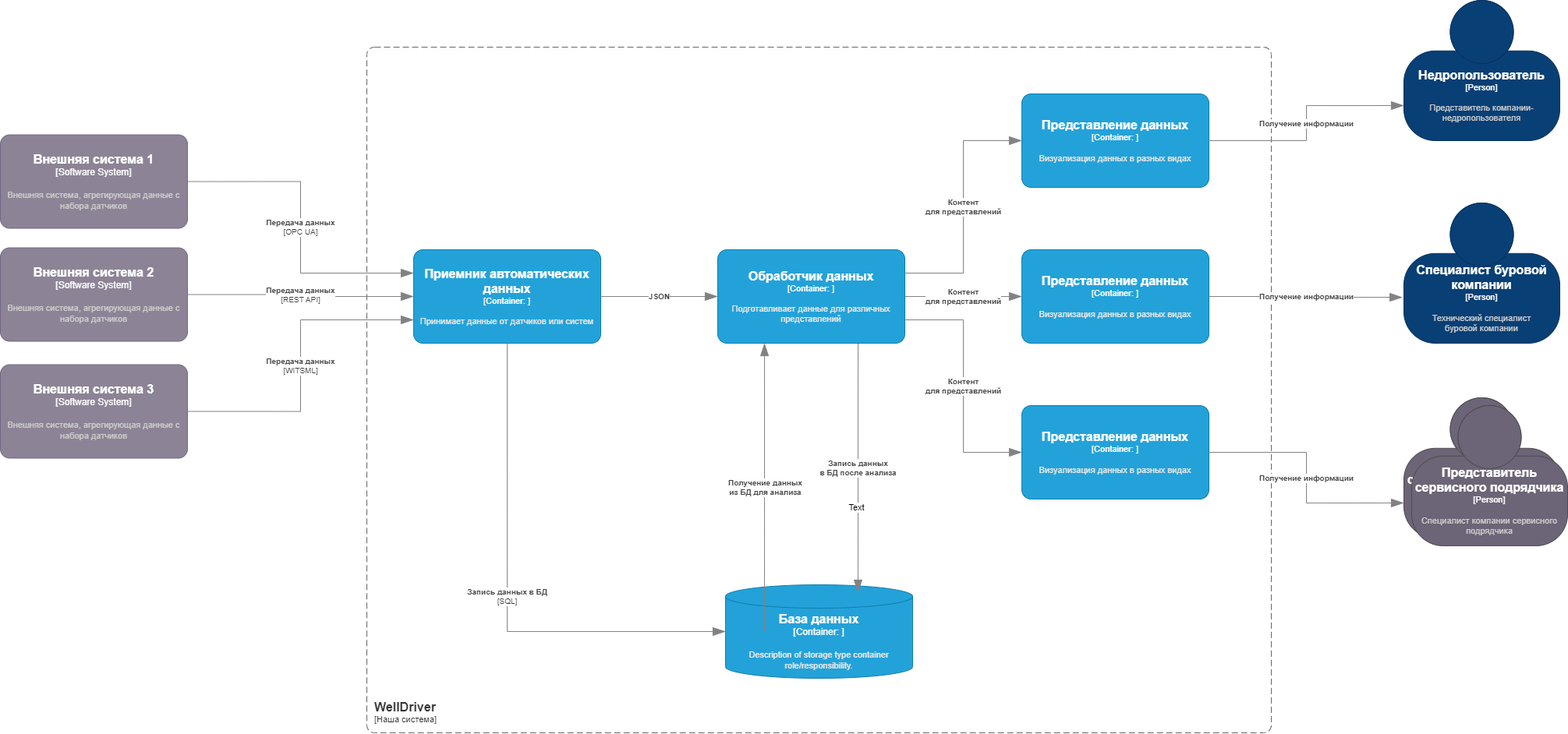
Before: WellDriver_data/model_1.png, a diagram exported from draw.io (szurs2006/otus). Source tidied: cells renumbered, new cells last; positions are measured from the earlier drawing's top-left corner, leaving out a move shared by most shapes.
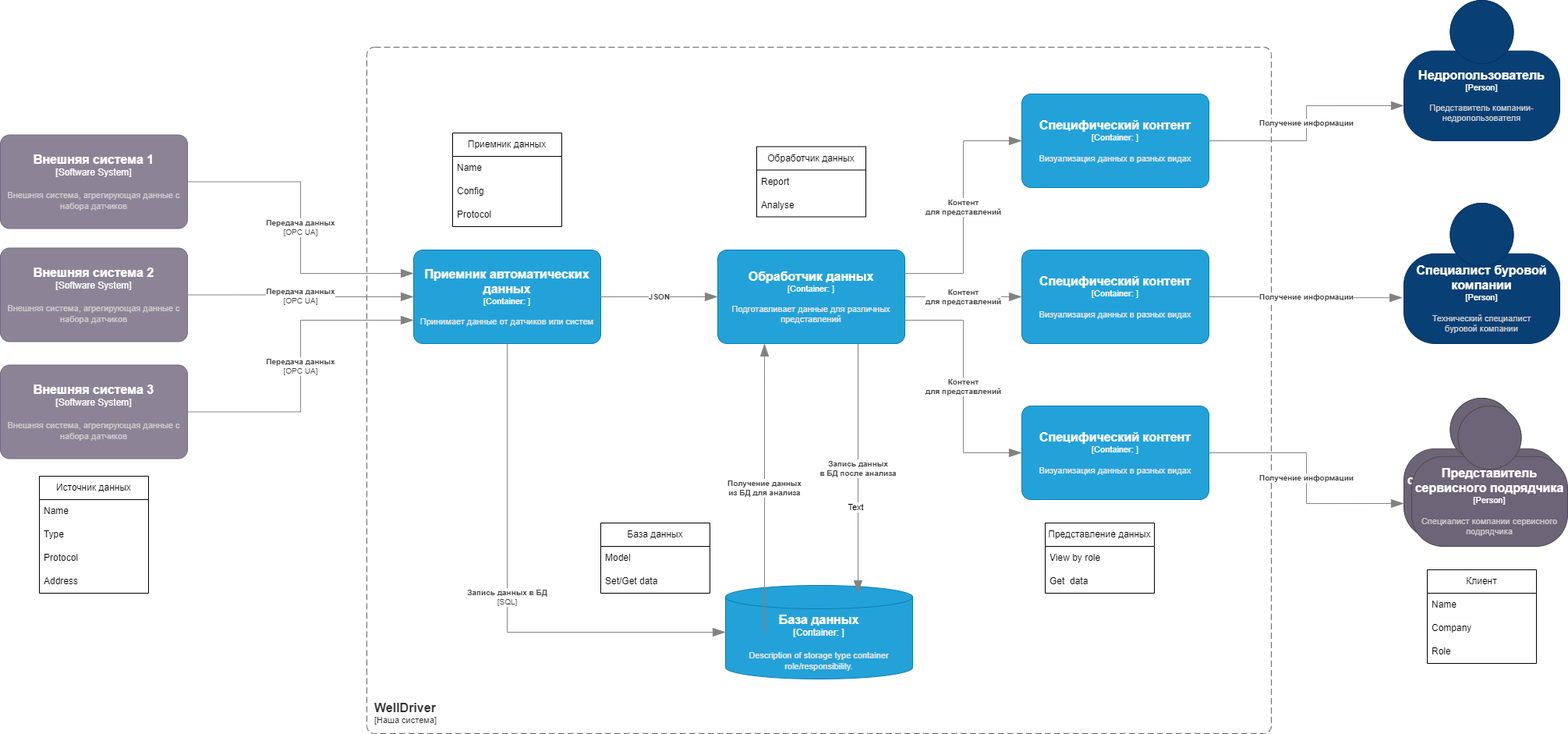
Above is the later version.

Change to the diagram source:
```diff
@@ -47,7 +47,7 @@
         <mxGeometry x="1810" y="520" width="200" height="180" as="geometry" />
       </mxCell>
     </object>
-    <object id="11" label="&lt;font style=&quot;font-size: 16px&quot;&gt;&lt;b&gt;%c4Name%&lt;/b&gt;&lt;/font&gt;&lt;div&gt;[%c4Type%: %c4Technology%]&lt;/div&gt;&lt;br&gt;&lt;div&gt;&lt;font style=&quot;font-size: 11px&quot;&gt;&lt;font color=&quot;#E6E6E6&quot;&gt;%c4Description%&lt;/font&gt;&lt;/div&gt;" c4Description="Визуализация данных в разных видах" c4Name="Представление данных" c4Technology="" c4Type="Container" placeholders="1">
+    <object id="11" label="&lt;font style=&quot;font-size: 16px&quot;&gt;&lt;b&gt;%c4Name%&lt;/b&gt;&lt;/font&gt;&lt;div&gt;[%c4Type%: %c4Technology%]&lt;/div&gt;&lt;br&gt;&lt;div&gt;&lt;font style=&quot;font-size: 11px&quot;&gt;&lt;font color=&quot;#E6E6E6&quot;&gt;%c4Description%&lt;/font&gt;&lt;/div&gt;" c4Description="Визуализация данных в разных видах" c4Name="Специфический контент" c4Technology="" c4Type="Container" placeholders="1">
       <mxCell style="rounded=1;whiteSpace=wrap;html=1;fontSize=11;labelBackgroundColor=none;fillColor=#23A2D9;fontColor=#ffffff;align=center;arcSize=10;strokeColor=#0E7DAD;points=[[0.25,0,0],[0.5,0,0],[0.75,0,0],[1,0.25,0],[1,0.5,0],[1,0.75,0],[0.75,1,0],[0.5,1,0],[0.25,1,0],[0,0.75,0],[0,0.5,0],[0,0.25,0]];" parent="1" vertex="1">
         <mxGeometry x="1310" y="320" width="240" height="120" as="geometry" />
       </mxCell>
@@ -62,12 +62,12 @@
         <mxGeometry relative="1" as="geometry" />
       </mxCell>
     </object>
-    <object id="14" label="&lt;div style=&quot;text-align: left&quot;&gt;&lt;div style=&quot;text-align: center&quot;&gt;&lt;b&gt;%c4Description%&lt;/b&gt;&lt;/div&gt;&lt;div style=&quot;text-align: center&quot;&gt;[%c4Technology%]&lt;/div&gt;&lt;/div&gt;" c4Description="Передача данных" c4Technology="REST API" c4Type="Relationship" placeholders="1">
+    <object id="14" label="&lt;div style=&quot;text-align: left&quot;&gt;&lt;div style=&quot;text-align: center&quot;&gt;&lt;b&gt;%c4Description%&lt;/b&gt;&lt;/div&gt;&lt;div style=&quot;text-align: center&quot;&gt;[%c4Technology%]&lt;/div&gt;&lt;/div&gt;" c4Description="Передача данных" c4Technology="OPC UA" c4Type="Relationship" placeholders="1">
       <mxCell style="endArrow=blockThin;html=1;fontSize=10;fontColor=#404040;strokeWidth=1;endFill=1;strokeColor=#828282;elbow=vertical;endSize=14;startSize=14;jumpStyle=arc;jumpSize=16;rounded=0;edgeStyle=orthogonalEdgeStyle;exitX=1;exitY=0.5;exitDx=0;exitDy=0;exitPerimeter=0;entryX=0;entryY=0.5;entryDx=0;entryDy=0;entryPerimeter=0;" parent="1" edge="1" source="3" target="6">
         <mxGeometry relative="1" as="geometry" />
       </mxCell>
     </object>
-    <object id="15" label="&lt;div style=&quot;text-align: left&quot;&gt;&lt;div style=&quot;text-align: center&quot;&gt;&lt;b&gt;%c4Description%&lt;/b&gt;&lt;/div&gt;&lt;div style=&quot;text-align: center&quot;&gt;[%c4Technology%]&lt;/div&gt;&lt;/div&gt;" c4Description="Передача данных" c4Technology="WITSML" c4Type="Relationship" placeholders="1">
+    <object id="15" label="&lt;div style=&quot;text-align: left&quot;&gt;&lt;div style=&quot;text-align: center&quot;&gt;&lt;b&gt;%c4Description%&lt;/b&gt;&lt;/div&gt;&lt;div style=&quot;text-align: center&quot;&gt;[%c4Technology%]&lt;/div&gt;&lt;/div&gt;" c4Description="Передача данных" c4Technology="OPC UA" c4Type="Relationship" placeholders="1">
       <mxCell style="endArrow=blockThin;html=1;fontSize=10;fontColor=#404040;strokeWidth=1;endFill=1;strokeColor=#828282;elbow=vertical;endSize=14;startSize=14;jumpStyle=arc;jumpSize=16;rounded=0;edgeStyle=orthogonalEdgeStyle;exitX=1;exitY=0.5;exitDx=0;exitDy=0;exitPerimeter=0;entryX=0;entryY=0.75;entryDx=0;entryDy=0;entryPerimeter=0;" parent="1" edge="1" source="4" target="6">
         <mxGeometry relative="1" as="geometry" />
       </mxCell>
@@ -104,12 +104,12 @@
         <mxPoint y="2" as="offset" />
       </mxGeometry>
     </mxCell>
-    <object id="22" label="&lt;font style=&quot;font-size: 16px&quot;&gt;&lt;b&gt;%c4Name%&lt;/b&gt;&lt;/font&gt;&lt;div&gt;[%c4Type%: %c4Technology%]&lt;/div&gt;&lt;br&gt;&lt;div&gt;&lt;font style=&quot;font-size: 11px&quot;&gt;&lt;font color=&quot;#E6E6E6&quot;&gt;%c4Description%&lt;/font&gt;&lt;/div&gt;" c4Description="Визуализация данных в разных видах" c4Name="Представление данных" c4Technology="" c4Type="Container" placeholders="1">
+    <object id="22" label="&lt;font style=&quot;font-size: 16px&quot;&gt;&lt;b&gt;%c4Name%&lt;/b&gt;&lt;/font&gt;&lt;div&gt;[%c4Type%: %c4Technology%]&lt;/div&gt;&lt;br&gt;&lt;div&gt;&lt;font style=&quot;font-size: 11px&quot;&gt;&lt;font color=&quot;#E6E6E6&quot;&gt;%c4Description%&lt;/font&gt;&lt;/div&gt;" c4Description="Визуализация данных в разных видах" c4Name="Специфический контент" c4Technology="" c4Type="Container" placeholders="1">
       <mxCell style="rounded=1;whiteSpace=wrap;html=1;fontSize=11;labelBackgroundColor=none;fillColor=#23A2D9;fontColor=#ffffff;align=center;arcSize=10;strokeColor=#0E7DAD;points=[[0.25,0,0],[0.5,0,0],[0.75,0,0],[1,0.25,0],[1,0.5,0],[1,0.75,0],[0.75,1,0],[0.5,1,0],[0.25,1,0],[0,0.75,0],[0,0.5,0],[0,0.25,0]];" parent="1" vertex="1">
         <mxGeometry x="1310" y="520" width="240" height="120" as="geometry" />
       </mxCell>
     </object>
-    <object id="23" label="&lt;font style=&quot;font-size: 16px&quot;&gt;&lt;b&gt;%c4Name%&lt;/b&gt;&lt;/font&gt;&lt;div&gt;[%c4Type%: %c4Technology%]&lt;/div&gt;&lt;br&gt;&lt;div&gt;&lt;font style=&quot;font-size: 11px&quot;&gt;&lt;font color=&quot;#E6E6E6&quot;&gt;%c4Description%&lt;/font&gt;&lt;/div&gt;" c4Description="Визуализация данных в разных видах" c4Name="Представление данных" c4Technology="" c4Type="Container" placeholders="1">
+    <object id="23" label="&lt;font style=&quot;font-size: 16px&quot;&gt;&lt;b&gt;%c4Name%&lt;/b&gt;&lt;/font&gt;&lt;div&gt;[%c4Type%: %c4Technology%]&lt;/div&gt;&lt;br&gt;&lt;div&gt;&lt;font style=&quot;font-size: 11px&quot;&gt;&lt;font color=&quot;#E6E6E6&quot;&gt;%c4Description%&lt;/font&gt;&lt;/div&gt;" c4Description="Визуализация данных в разных видах" c4Name="Специфический контент" c4Technology="" c4Type="Container" placeholders="1">
       <mxCell style="rounded=1;whiteSpace=wrap;html=1;fontSize=11;labelBackgroundColor=none;fillColor=#23A2D9;fontColor=#ffffff;align=center;arcSize=10;strokeColor=#0E7DAD;points=[[0.25,0,0],[0.5,0,0],[0.75,0,0],[1,0.25,0],[1,0.5,0],[1,0.75,0],[0.75,1,0],[0.5,1,0],[0.25,1,0],[0,0.75,0],[0,0.5,0],[0,0.25,0]];" parent="1" vertex="1">
         <mxGeometry x="1310" y="120" width="240" height="120" as="geometry" />
       </mxCell>
@@ -144,5 +144,71 @@
         <mxGeometry relative="1" as="geometry" />
       </mxCell>
     </object>
+    <mxCell id="30" value="Источник данных" style="swimlane;fontStyle=0;horizontal=1;startSize=30;whiteSpace=wrap;html=1;" parent="1" vertex="1">
+      <mxGeometry x="50" y="610" width="140" height="150" as="geometry" />
+    </mxCell>
+    <mxCell id="31" value="Name" style="text;strokeColor=none;fillColor=none;align=left;verticalAlign=middle;spacingLeft=4;spacingRight=4;overflow=hidden;whiteSpace=wrap;html=1;" parent="30" vertex="1">
+      <mxGeometry y="30" width="140" height="30" as="geometry" />
+    </mxCell>
+    <mxCell id="32" value="Туре" style="text;strokeColor=none;fillColor=none;align=left;verticalAlign=middle;spacingLeft=4;spacingRight=4;overflow=hidden;whiteSpace=wrap;html=1;" parent="30" vertex="1">
+      <mxGeometry y="60" width="140" height="30" as="geometry" />
+    </mxCell>
+    <mxCell id="33" value="Protocol" style="text;strokeColor=none;fillColor=none;align=left;verticalAlign=middle;spacingLeft=4;spacingRight=4;overflow=hidden;whiteSpace=wrap;html=1;" parent="30" vertex="1">
+      <mxGeometry y="90" width="140" height="30" as="geometry" />
+    </mxCell>
+    <mxCell id="34" value="Address" style="text;strokeColor=none;fillColor=none;align=left;verticalAlign=middle;spacingLeft=4;spacingRight=4;overflow=hidden;whiteSpace=wrap;html=1;" parent="30" vertex="1">
+      <mxGeometry y="120" width="140" height="30" as="geometry" />
+    </mxCell>
+    <mxCell id="35" value="Приемник данных" style="swimlane;fontStyle=0;horizontal=1;startSize=30;whiteSpace=wrap;html=1;" parent="1" vertex="1">
+      <mxGeometry x="580" y="170" width="140" height="120" as="geometry" />
+    </mxCell>
+    <mxCell id="36" value="Name" style="text;strokeColor=none;fillColor=none;align=left;verticalAlign=middle;spacingLeft=4;spacingRight=4;overflow=hidden;whiteSpace=wrap;html=1;" parent="35" vertex="1">
+      <mxGeometry y="30" width="140" height="30" as="geometry" />
+    </mxCell>
+    <mxCell id="37" value="Config" style="text;strokeColor=none;fillColor=none;align=left;verticalAlign=middle;spacingLeft=4;spacingRight=4;overflow=hidden;whiteSpace=wrap;html=1;" parent="35" vertex="1">
+      <mxGeometry y="60" width="140" height="30" as="geometry" />
+    </mxCell>
+    <mxCell id="38" value="Protocol" style="text;strokeColor=none;fillColor=none;align=left;verticalAlign=middle;spacingLeft=4;spacingRight=4;overflow=hidden;whiteSpace=wrap;html=1;" parent="35" vertex="1">
+      <mxGeometry y="90" width="140" height="30" as="geometry" />
+    </mxCell>
+    <mxCell id="39" value="База данных" style="swimlane;fontStyle=0;horizontal=1;startSize=30;whiteSpace=wrap;html=1;" parent="1" vertex="1">
+      <mxGeometry x="770" y="670" width="140" height="90" as="geometry" />
+    </mxCell>
+    <mxCell id="40" value="Model" style="text;strokeColor=none;fillColor=none;align=left;verticalAlign=middle;spacingLeft=4;spacingRight=4;overflow=hidden;whiteSpace=wrap;html=1;" parent="39" vertex="1">
+      <mxGeometry y="30" width="140" height="30" as="geometry" />
+    </mxCell>
+    <mxCell id="41" value="Set/Get data" style="text;strokeColor=none;fillColor=none;align=left;verticalAlign=middle;spacingLeft=4;spacingRight=4;overflow=hidden;whiteSpace=wrap;html=1;" parent="39" vertex="1">
+      <mxGeometry y="60" width="140" height="30" as="geometry" />
+    </mxCell>
+    <mxCell id="42" value="Представление данных" style="swimlane;fontStyle=0;horizontal=1;startSize=30;whiteSpace=wrap;html=1;" parent="1" vertex="1">
+      <mxGeometry x="1340" y="670" width="140" height="90" as="geometry" />
+    </mxCell>
+    <mxCell id="43" value="View by role" style="text;strokeColor=none;fillColor=none;align=left;verticalAlign=middle;spacingLeft=4;spacingRight=4;overflow=hidden;whiteSpace=wrap;html=1;" parent="42" vertex="1">
+      <mxGeometry y="30" width="140" height="30" as="geometry" />
+    </mxCell>
+    <mxCell id="44" value="Get&amp;nbsp; data" style="text;strokeColor=none;fillColor=none;align=left;verticalAlign=middle;spacingLeft=4;spacingRight=4;overflow=hidden;whiteSpace=wrap;html=1;" parent="42" vertex="1">
+      <mxGeometry y="60" width="140" height="30" as="geometry" />
+    </mxCell>
+    <mxCell id="45" value="Обработчик данных" style="swimlane;fontStyle=0;horizontal=1;startSize=30;whiteSpace=wrap;html=1;" parent="1" vertex="1">
+      <mxGeometry x="970" y="187.5" width="140" height="90" as="geometry" />
+    </mxCell>
+    <mxCell id="46" value="Report" style="text;strokeColor=none;fillColor=none;align=left;verticalAlign=middle;spacingLeft=4;spacingRight=4;overflow=hidden;whiteSpace=wrap;html=1;" parent="45" vertex="1">
+      <mxGeometry y="30" width="140" height="30" as="geometry" />
+    </mxCell>
+    <mxCell id="47" value="Analyse" style="text;strokeColor=none;fillColor=none;align=left;verticalAlign=middle;spacingLeft=4;spacingRight=4;overflow=hidden;whiteSpace=wrap;html=1;" parent="45" vertex="1">
+      <mxGeometry y="60" width="140" height="30" as="geometry" />
+    </mxCell>
+    <mxCell id="48" value="Клиент" style="swimlane;fontStyle=0;horizontal=1;startSize=30;whiteSpace=wrap;html=1;" parent="1" vertex="1">
+      <mxGeometry x="1830" y="730" width="140" height="120" as="geometry" />
+    </mxCell>
+    <mxCell id="49" value="Name" style="text;strokeColor=none;fillColor=none;align=left;verticalAlign=middle;spacingLeft=4;spacingRight=4;overflow=hidden;whiteSpace=wrap;html=1;" parent="48" vertex="1">
+      <mxGeometry y="30" width="140" height="30" as="geometry" />
+    </mxCell>
+    <mxCell id="50" value="Company" style="text;strokeColor=none;fillColor=none;align=left;verticalAlign=middle;spacingLeft=4;spacingRight=4;overflow=hidden;whiteSpace=wrap;html=1;" parent="48" vertex="1">
+      <mxGeometry y="60" width="140" height="30" as="geometry" />
+    </mxCell>
+    <mxCell id="51" value="Role" style="text;strokeColor=none;fillColor=none;align=left;verticalAlign=middle;spacingLeft=4;spacingRight=4;overflow=hidden;whiteSpace=wrap;html=1;" parent="48" vertex="1">
+      <mxGeometry y="90" width="140" height="30" as="geometry" />
+    </mxCell>
   </root>
 </mxGraphModel>
```
